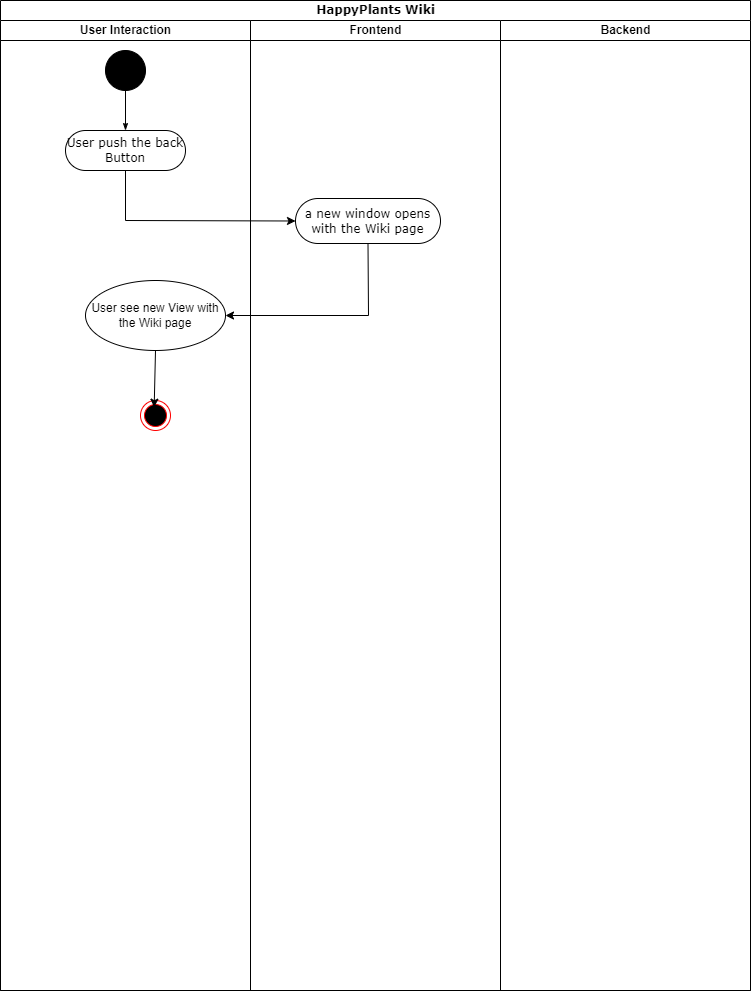
This is Software Requirements Specification_files/USECase_Wiki_Plants.png from 9991S/HappyPlants, a draw.io export, as it was before one commit. Source tidied: cells renumbered, new cells last; positions are measured from the earlier drawing's top-left corner, leaving out a move shared by most shapes. Its diagram source:
```xml
<mxGraphModel>
  <root>
    <mxCell id="0" />
    <mxCell id="1" parent="0" />
    <mxCell id="2" value="HappyPlants Wiki" style="swimlane;html=1;startSize=20;rounded=0;shadow=0;comic=0;labelBackgroundColor=none;strokeWidth=1;fontFamily=Verdana;fontSize=12;align=center;" parent="1" vertex="1">
      <mxGeometry width="750" height="990" as="geometry" />
    </mxCell>
    <mxCell id="3" value="User Interaction" style="swimlane;html=1;startSize=20;" parent="2" vertex="1">
      <mxGeometry y="20" width="250" height="970" as="geometry" />
    </mxCell>
    <mxCell id="4" style="ellipse;whiteSpace=wrap;html=1;rounded=0;shadow=0;comic=0;labelBackgroundColor=none;strokeWidth=1;fillColor=#000000;fontFamily=Verdana;fontSize=12;align=center;" parent="3" vertex="1">
      <mxGeometry x="105" y="30" width="40" height="40" as="geometry" />
    </mxCell>
    <mxCell id="5" value="User push the back Button" style="rounded=1;whiteSpace=wrap;html=1;shadow=0;comic=0;labelBackgroundColor=none;strokeWidth=1;fontFamily=Verdana;fontSize=12;align=center;arcSize=50;" parent="3" vertex="1">
      <mxGeometry x="65" y="110" width="120" height="40" as="geometry" />
    </mxCell>
    <mxCell id="6" style="edgeStyle=orthogonalEdgeStyle;rounded=0;html=1;labelBackgroundColor=none;startArrow=none;startFill=0;startSize=5;endArrow=classicThin;endFill=1;endSize=5;jettySize=auto;strokeWidth=1;fontFamily=Verdana;fontSize=12;" parent="3" edge="1" source="4" target="5">
      <mxGeometry relative="1" as="geometry" />
    </mxCell>
    <mxCell id="7" style="ellipse;html=1;shape=endState;fillColor=#000000;strokeColor=#ff0000;" parent="3" vertex="1">
      <mxGeometry x="140" y="380" width="30" height="30" as="geometry" />
    </mxCell>
    <mxCell id="8" value="User see new View with the Wiki page" style="ellipse;whiteSpace=wrap;html=1;" parent="3" vertex="1">
      <mxGeometry x="85" y="260" width="140" height="70" as="geometry" />
    </mxCell>
    <mxCell id="9" style="endArrow=classic;html=1;rounded=0;entryX=0.456;entryY=0.222;entryDx=0;entryDy=0;entryPerimeter=0;exitX=0.5;exitY=1;exitDx=0;exitDy=0;" parent="3" edge="1" source="8" target="7">
      <mxGeometry relative="1" as="geometry" />
    </mxCell>
    <mxCell id="10" value="Frontend" style="swimlane;html=1;startSize=20;" parent="2" vertex="1">
      <mxGeometry x="250" y="20" width="250" height="970" as="geometry" />
    </mxCell>
    <mxCell id="11" value="a new window opens with the Wiki page" style="rounded=1;whiteSpace=wrap;html=1;shadow=0;comic=0;labelBackgroundColor=none;strokeWidth=1;fontFamily=Verdana;fontSize=12;align=center;arcSize=50;" parent="10" vertex="1">
      <mxGeometry x="45" y="178" width="145" height="45" as="geometry" />
    </mxCell>
    <mxCell id="12" style="endArrow=classic;html=1;rounded=0;exitX=0.5;exitY=1;exitDx=0;exitDy=0;entryX=0;entryY=0.5;entryDx=0;entryDy=0;" parent="2" edge="1" source="5" target="11">
      <mxGeometry relative="1" as="geometry">
        <Array as="points">
          <mxPoint x="125" y="220" />
        </Array>
      </mxGeometry>
    </mxCell>
    <mxCell id="13" style="endArrow=classic;html=1;rounded=0;exitX=0.5;exitY=1;exitDx=0;exitDy=0;" parent="2" edge="1" source="11" target="8">
      <mxGeometry relative="1" as="geometry">
        <Array as="points">
          <mxPoint x="368" y="315" />
        </Array>
      </mxGeometry>
    </mxCell>
    <mxCell id="14" value="Backend" style="swimlane;html=1;startSize=20;" parent="1" vertex="1">
      <mxGeometry x="500" y="20" width="250" height="970" as="geometry" />
    </mxCell>
  </root>
</mxGraphModel>
```
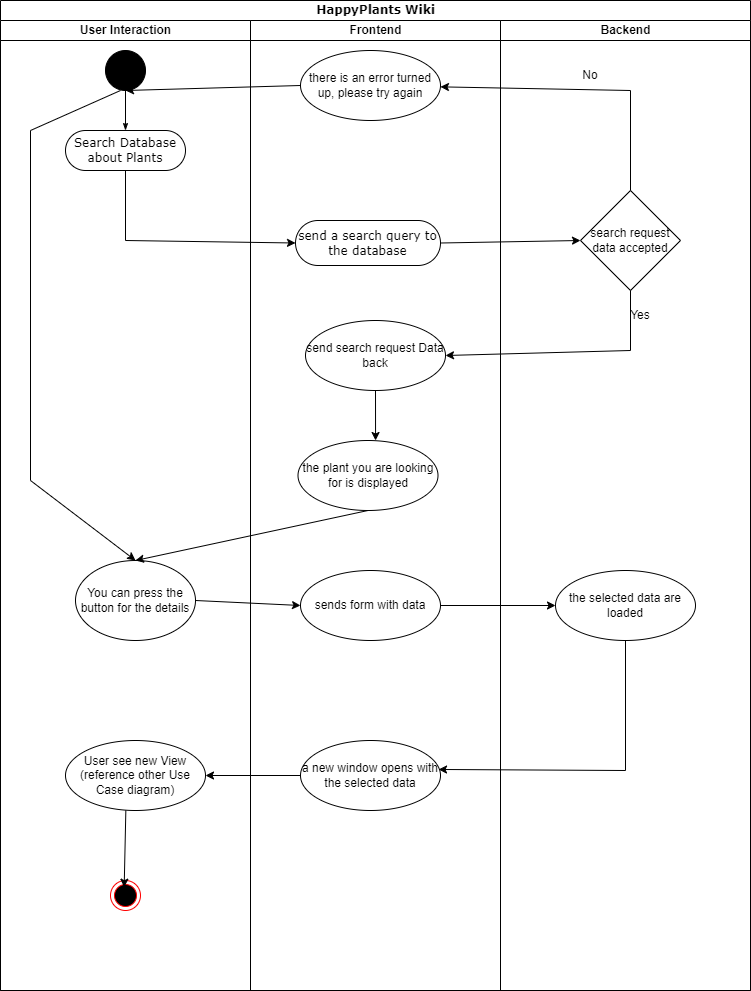
The same diagram one commit later.

What changed in the source:
```diff
@@ -11,43 +11,117 @@
     <mxCell id="4" style="ellipse;whiteSpace=wrap;html=1;rounded=0;shadow=0;comic=0;labelBackgroundColor=none;strokeWidth=1;fillColor=#000000;fontFamily=Verdana;fontSize=12;align=center;" parent="3" vertex="1">
       <mxGeometry x="105" y="30" width="40" height="40" as="geometry" />
     </mxCell>
-    <mxCell id="5" value="User push the back Button" style="rounded=1;whiteSpace=wrap;html=1;shadow=0;comic=0;labelBackgroundColor=none;strokeWidth=1;fontFamily=Verdana;fontSize=12;align=center;arcSize=50;" parent="3" vertex="1">
+    <mxCell id="5" value="Search Database about Plants" style="rounded=1;whiteSpace=wrap;html=1;shadow=0;comic=0;labelBackgroundColor=none;strokeWidth=1;fontFamily=Verdana;fontSize=12;align=center;arcSize=50;" parent="3" vertex="1">
       <mxGeometry x="65" y="110" width="120" height="40" as="geometry" />
     </mxCell>
     <mxCell id="6" style="edgeStyle=orthogonalEdgeStyle;rounded=0;html=1;labelBackgroundColor=none;startArrow=none;startFill=0;startSize=5;endArrow=classicThin;endFill=1;endSize=5;jettySize=auto;strokeWidth=1;fontFamily=Verdana;fontSize=12;" parent="3" edge="1" source="4" target="5">
       <mxGeometry relative="1" as="geometry" />
     </mxCell>
+    <mxCell id="15" value="You can press the button for the details" style="ellipse;whiteSpace=wrap;html=1;" parent="3" vertex="1">
+      <mxGeometry x="75" y="540" width="120" height="80" as="geometry" />
+    </mxCell>
+    <mxCell id="16" style="endArrow=classic;html=1;rounded=0;entryX=0.5;entryY=0;entryDx=0;entryDy=0;" parent="3" edge="1" target="15">
+      <mxGeometry relative="1" as="geometry">
+        <mxPoint x="120" y="70" as="sourcePoint" />
+        <Array as="points">
+          <mxPoint x="30" y="110" />
+          <mxPoint x="30" y="460" />
+        </Array>
+      </mxGeometry>
+    </mxCell>
     <mxCell id="7" style="ellipse;html=1;shape=endState;fillColor=#000000;strokeColor=#ff0000;" parent="3" vertex="1">
-      <mxGeometry x="140" y="380" width="30" height="30" as="geometry" />
+      <mxGeometry x="110" y="860" width="30" height="30" as="geometry" />
     </mxCell>
-    <mxCell id="8" value="User see new View with the Wiki page" style="ellipse;whiteSpace=wrap;html=1;" parent="3" vertex="1">
-      <mxGeometry x="85" y="260" width="140" height="70" as="geometry" />
+    <mxCell id="8" value="User see new View (reference other Use Case diagram)" style="ellipse;whiteSpace=wrap;html=1;" parent="3" vertex="1">
+      <mxGeometry x="65" y="720" width="140" height="70" as="geometry" />
     </mxCell>
-    <mxCell id="9" style="endArrow=classic;html=1;rounded=0;entryX=0.456;entryY=0.222;entryDx=0;entryDy=0;entryPerimeter=0;exitX=0.5;exitY=1;exitDx=0;exitDy=0;" parent="3" edge="1" source="8" target="7">
+    <mxCell id="9" style="endArrow=classic;html=1;rounded=0;entryX=0.456;entryY=0.222;entryDx=0;entryDy=0;entryPerimeter=0;exitX=0.431;exitY=1;exitDx=0;exitDy=0;exitPerimeter=0;" parent="3" edge="1" source="8" target="7">
       <mxGeometry relative="1" as="geometry" />
     </mxCell>
     <mxCell id="10" value="Frontend" style="swimlane;html=1;startSize=20;" parent="2" vertex="1">
       <mxGeometry x="250" y="20" width="250" height="970" as="geometry" />
     </mxCell>
-    <mxCell id="11" value="a new window opens with the Wiki page" style="rounded=1;whiteSpace=wrap;html=1;shadow=0;comic=0;labelBackgroundColor=none;strokeWidth=1;fontFamily=Verdana;fontSize=12;align=center;arcSize=50;" parent="10" vertex="1">
-      <mxGeometry x="45" y="178" width="145" height="45" as="geometry" />
+    <mxCell id="11" value="send a search query to the database" style="rounded=1;whiteSpace=wrap;html=1;shadow=0;comic=0;labelBackgroundColor=none;strokeWidth=1;fontFamily=Verdana;fontSize=12;align=center;arcSize=50;" parent="10" vertex="1">
+      <mxGeometry x="45" y="200" width="145" height="45" as="geometry" />
     </mxCell>
+    <mxCell id="17" value="send search request Data back" style="ellipse;whiteSpace=wrap;html=1;" parent="10" vertex="1">
+      <mxGeometry x="55" y="300" width="140" height="70" as="geometry" />
+    </mxCell>
+    <mxCell id="18" value="there is an error turned up, please try again" style="ellipse;whiteSpace=wrap;html=1;" parent="10" vertex="1">
+      <mxGeometry x="50" y="30" width="140" height="70" as="geometry" />
+    </mxCell>
+    <mxCell id="19" value="sends form with data" style="ellipse;whiteSpace=wrap;html=1;" parent="10" vertex="1">
+      <mxGeometry x="50" y="550" width="140" height="70" as="geometry" />
+    </mxCell>
+    <mxCell id="20" value="a new window opens with the selected data" style="ellipse;whiteSpace=wrap;html=1;" parent="10" vertex="1">
+      <mxGeometry x="50" y="720" width="140" height="70" as="geometry" />
+    </mxCell>
+    <mxCell id="21" value="the plant you are looking for is displayed" style="ellipse;whiteSpace=wrap;html=1;" parent="10" vertex="1">
+      <mxGeometry x="47.5" y="420" width="140" height="70" as="geometry" />
+    </mxCell>
+    <mxCell id="22" style="endArrow=classic;html=1;rounded=0;entryX=0.554;entryY=0;entryDx=0;entryDy=0;exitX=0.5;exitY=1;exitDx=0;exitDy=0;entryPerimeter=0;" parent="10" edge="1" source="17" target="21">
+      <mxGeometry relative="1" as="geometry" />
+    </mxCell>
     <mxCell id="12" style="endArrow=classic;html=1;rounded=0;exitX=0.5;exitY=1;exitDx=0;exitDy=0;entryX=0;entryY=0.5;entryDx=0;entryDy=0;" parent="2" edge="1" source="5" target="11">
       <mxGeometry relative="1" as="geometry">
         <Array as="points">
-          <mxPoint x="125" y="220" />
+          <mxPoint x="125" y="240" />
         </Array>
       </mxGeometry>
     </mxCell>
+    <mxCell id="23" style="endArrow=classic;html=1;rounded=0;exitX=1;exitY=0.5;exitDx=0;exitDy=0;entryX=0;entryY=0.5;entryDx=0;entryDy=0;" parent="2" edge="1" source="15" target="19">
+      <mxGeometry relative="1" as="geometry" />
+    </mxCell>
+    <mxCell id="24" style="endArrow=classic;html=1;rounded=0;exitX=0.5;exitY=1;exitDx=0;exitDy=0;entryX=0.5;entryY=0;entryDx=0;entryDy=0;" parent="2" edge="1" source="21" target="15">
+      <mxGeometry relative="1" as="geometry" />
+    </mxCell>
-    <mxCell id="13" style="endArrow=classic;html=1;rounded=0;exitX=0.5;exitY=1;exitDx=0;exitDy=0;" parent="2" edge="1" source="11" target="8">
-      <mxGeometry relative="1" as="geometry">
-        <Array as="points">
-          <mxPoint x="368" y="315" />
-        </Array>
-      </mxGeometry>
+    <mxCell id="13" style="endArrow=classic;html=1;rounded=0;exitX=0;exitY=0.5;exitDx=0;exitDy=0;" parent="2" edge="1" source="20" target="8">
+      <mxGeometry relative="1" as="geometry" />
     </mxCell>
+    <mxCell id="25" style="endArrow=classic;html=1;rounded=0;exitX=0;exitY=0.5;exitDx=0;exitDy=0;entryX=0.5;entryY=1;entryDx=0;entryDy=0;" parent="2" edge="1" source="18" target="4">
+      <mxGeometry relative="1" as="geometry" />
+    </mxCell>
     <mxCell id="14" value="Backend" style="swimlane;html=1;startSize=20;" parent="1" vertex="1">
       <mxGeometry x="500" y="20" width="250" height="970" as="geometry" />
     </mxCell>
+    <mxCell id="26" value="search request data accepted" style="rhombus;whiteSpace=wrap;html=1;" parent="14" vertex="1">
+      <mxGeometry x="80" y="170" width="100" height="100" as="geometry" />
+    </mxCell>
+    <mxCell id="27" value="No" style="text;html=1;strokeColor=none;fillColor=none;align=center;verticalAlign=middle;whiteSpace=wrap;rounded=0;" parent="14" vertex="1">
+      <mxGeometry x="60" y="40" width="60" height="30" as="geometry" />
+    </mxCell>
+    <mxCell id="28" value="Yes" style="text;html=1;strokeColor=none;fillColor=none;align=center;verticalAlign=middle;whiteSpace=wrap;rounded=0;" parent="14" vertex="1">
+      <mxGeometry x="110" y="280" width="60" height="30" as="geometry" />
+    </mxCell>
+    <mxCell id="29" value="the selected data are loaded" style="ellipse;whiteSpace=wrap;html=1;" parent="14" vertex="1">
+      <mxGeometry x="55" y="550" width="140" height="70" as="geometry" />
+    </mxCell>
+    <mxCell id="30" style="endArrow=classic;html=1;rounded=0;entryX=0;entryY=0.5;entryDx=0;entryDy=0;exitX=1;exitY=0.5;exitDx=0;exitDy=0;" parent="1" edge="1" source="11" target="26">
+      <mxGeometry relative="1" as="geometry" />
+    </mxCell>
+    <mxCell id="31" style="endArrow=classic;html=1;rounded=0;exitX=0.5;exitY=1;exitDx=0;exitDy=0;entryX=1;entryY=0.5;entryDx=0;entryDy=0;" parent="1" edge="1" source="26" target="17">
+      <mxGeometry relative="1" as="geometry">
+        <Array as="points">
+          <mxPoint x="630" y="350" />
+        </Array>
+      </mxGeometry>
+    </mxCell>
+    <mxCell id="32" style="endArrow=classic;html=1;rounded=0;exitX=0.5;exitY=0;exitDx=0;exitDy=0;" parent="1" edge="1" source="26" target="18">
+      <mxGeometry relative="1" as="geometry">
+        <Array as="points">
+          <mxPoint x="630" y="90" />
+        </Array>
+      </mxGeometry>
+    </mxCell>
+    <mxCell id="33" style="endArrow=classic;html=1;rounded=0;entryX=0;entryY=0.5;entryDx=0;entryDy=0;exitX=1;exitY=0.5;exitDx=0;exitDy=0;" parent="1" edge="1" source="19" target="29">
+      <mxGeometry relative="1" as="geometry" />
+    </mxCell>
+    <mxCell id="34" style="endArrow=classic;html=1;rounded=0;exitX=0.5;exitY=1;exitDx=0;exitDy=0;entryX=0.986;entryY=0.414;entryDx=0;entryDy=0;entryPerimeter=0;" parent="1" edge="1" source="29" target="20">
+      <mxGeometry relative="1" as="geometry">
+        <Array as="points">
+          <mxPoint x="625" y="770" />
+        </Array>
+      </mxGeometry>
+    </mxCell>
   </root>
 </mxGraphModel>
```
